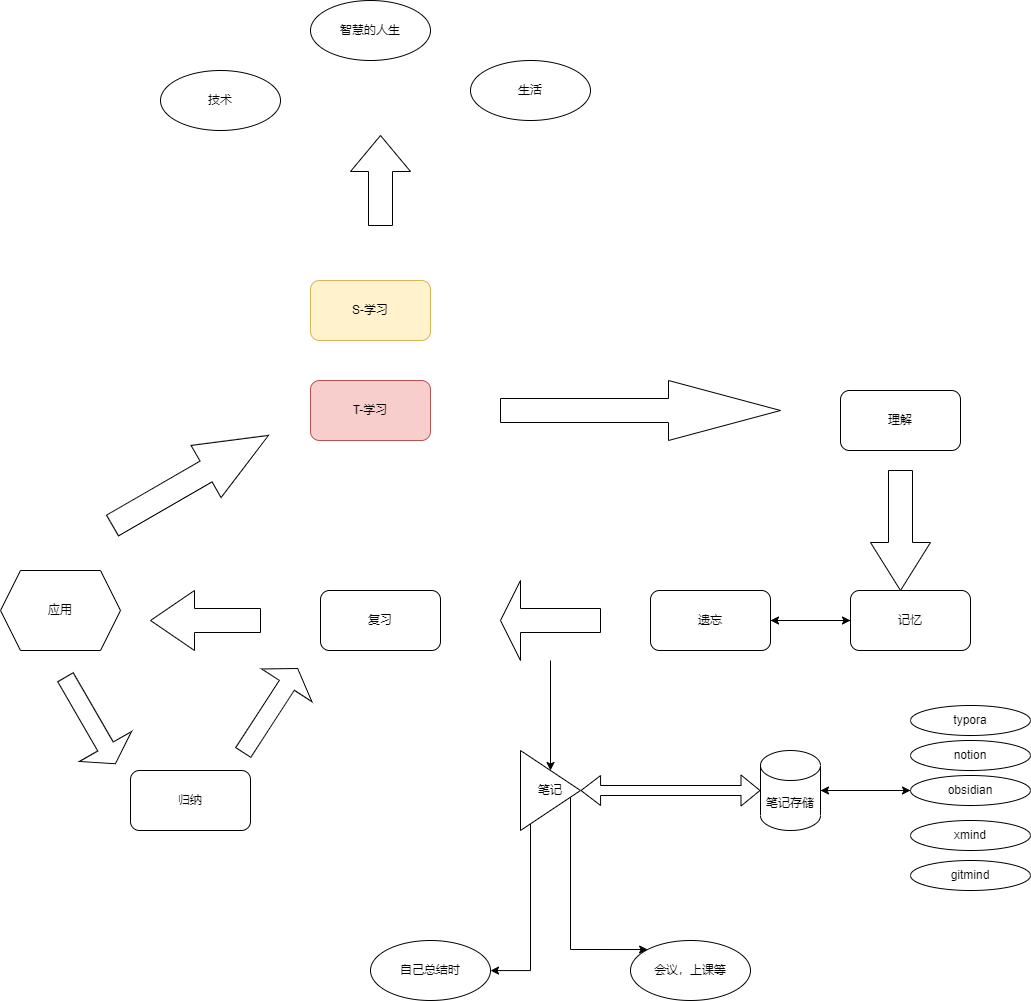
alowisdom/draw keeps this draw.io diagram as 学习流程图.drawio.png. Above is the earlier version. Source tidied: cells renumbered, new cells last; positions are measured from the earlier drawing's top-left corner, leaving out a move shared by most shapes.
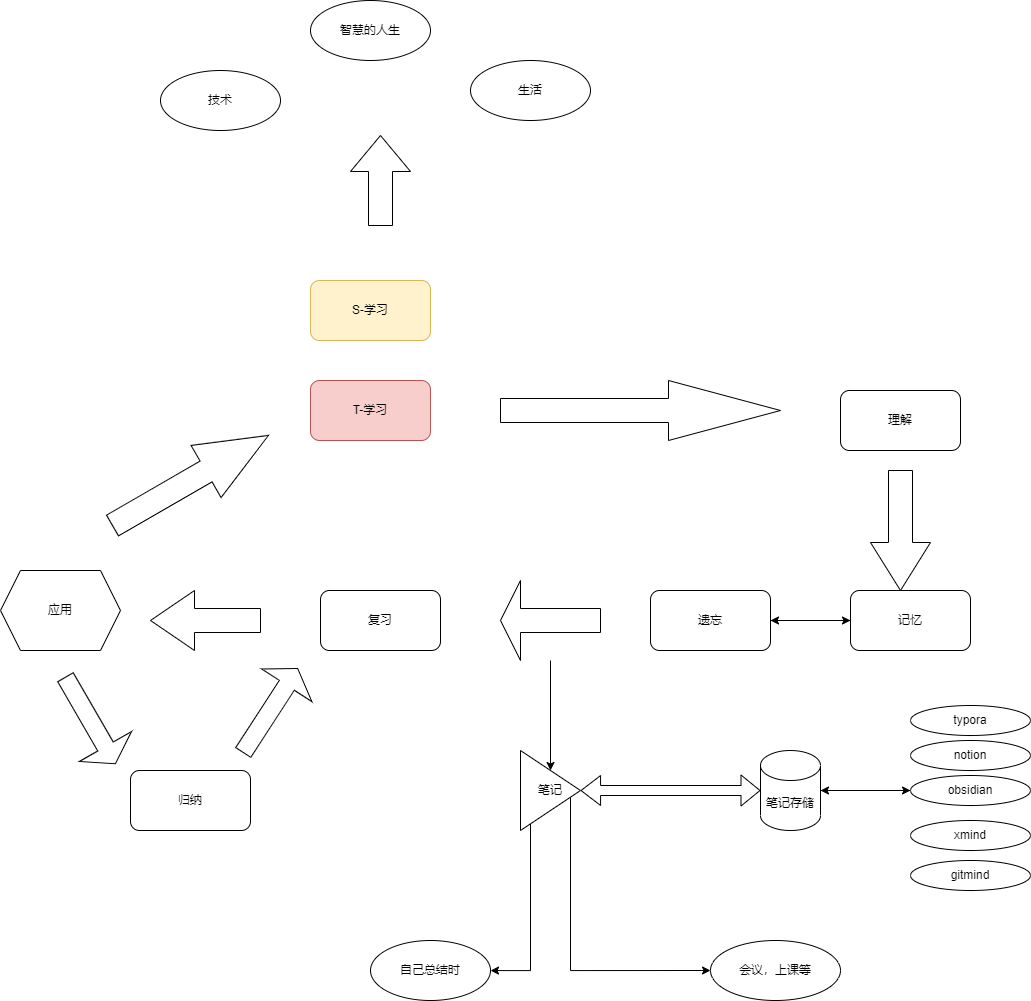
After the change.

Commit message:
更新学习流程图.drawio.png

What changed in the source:
```diff
@@ -27,7 +27,7 @@
       <mxGeometry x="100" y="450" width="180" height="60" as="geometry" />
     </mxCell>
     <mxCell id="10" value="会议，上课等" style="ellipse;whiteSpace=wrap;html=1;" parent="1" vertex="1">
-      <mxGeometry x="630" y="940" width="120" height="60" as="geometry" />
+      <mxGeometry x="710" y="940" width="130" height="60" as="geometry" />
     </mxCell>
     <mxCell id="11" value="应用" style="shape=hexagon;perimeter=hexagonPerimeter2;whiteSpace=wrap;html=1;fixedSize=1;" parent="1" vertex="1">
       <mxGeometry y="570" width="120" height="80" as="geometry" />
@@ -51,10 +51,10 @@
         </Array>
       </mxGeometry>
     </mxCell>
-    <mxCell id="17" style="edgeStyle=orthogonalEdgeStyle;rounded=0;jettySize=auto;html=1;entryX=0;entryY=0;entryDx=0;entryDy=0;" parent="1" edge="1" source="18" target="10">
+    <mxCell id="17" style="edgeStyle=orthogonalEdgeStyle;rounded=0;jettySize=auto;html=1;entryX=0;entryY=0.5;entryDx=0;entryDy=0;" parent="1" edge="1" source="18" target="10">
       <mxGeometry relative="1" as="geometry">
         <Array as="points">
-          <mxPoint x="570" y="949" />
+          <mxPoint x="570" y="970" />
         </Array>
       </mxGeometry>
     </mxCell>
```
